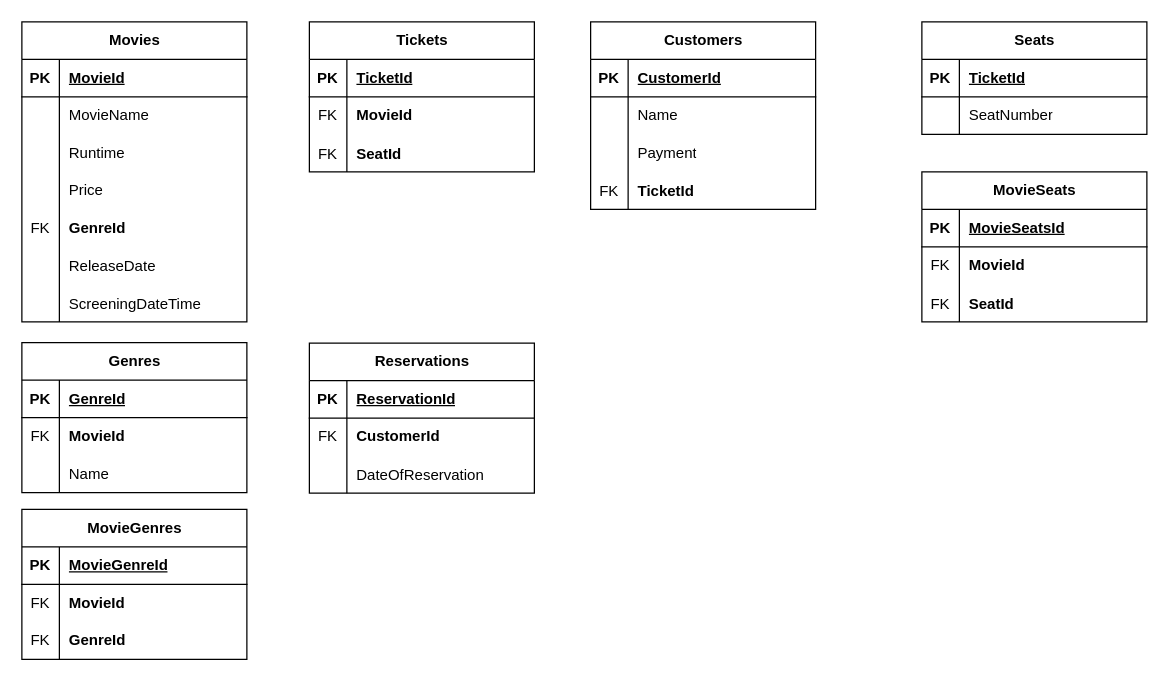
Before: erd/CineWave.drawio in pitzzahh/CineWave, a draw.io diagram. Source tidied: cells renumbered, new cells numbered last; positions are measured from the earlier drawing's top-left corner, leaving out a move shared by most shapes. Both pictures are drawn from the tidied source at 125%, with x=0, y=0 at pixel (21, 21).
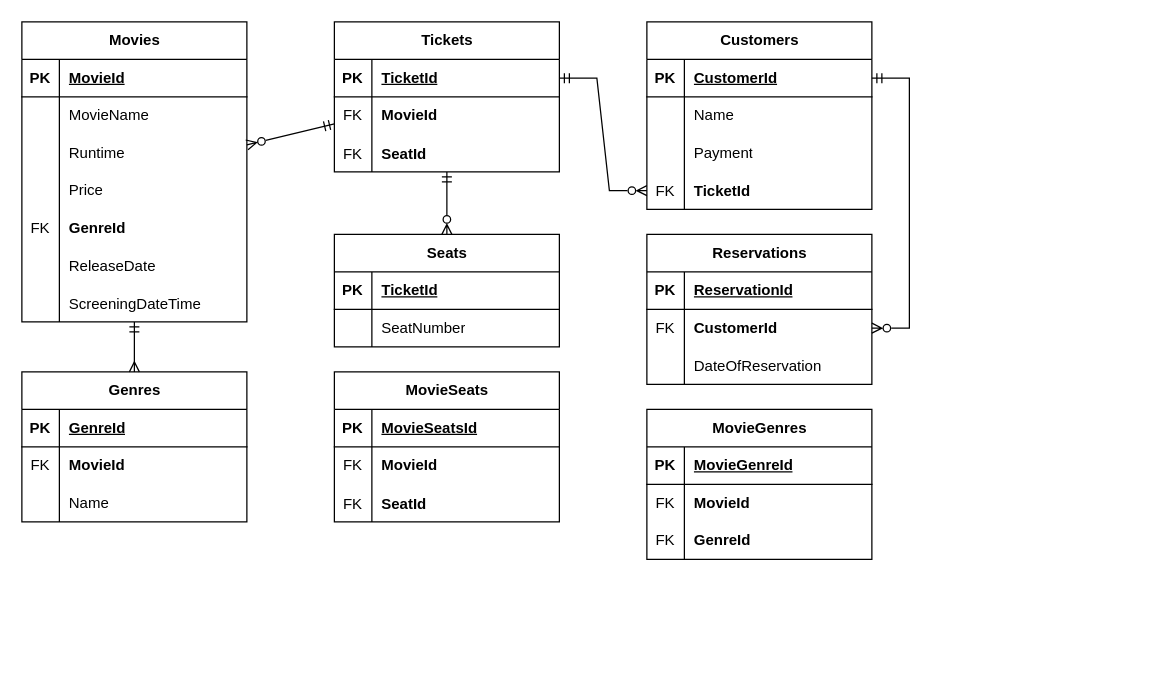
After the change.

The change refers to these unchanged cells:
```xml
<mxCell id="2" value="Movies" style="shape=table;startSize=30;childLayout=tableLayout;rowLines=0;fontStyle=1;align=center;html=1;" parent="1" vertex="1">
  <mxGeometry width="180" height="240" as="geometry" />
</mxCell>
<mxCell id="45" style="shape=tableRow;horizontal=0;startSize=0;swimlaneHead=0;swimlaneBody=0;fillColor=none;points=[[0,0.5],[1,0.5]];portConstraint=eastwest;top=0;left=0;right=0;bottom=1;" parent="44" vertex="1">
  <mxGeometry y="30" width="180" height="30" as="geometry" />
</mxCell>
<mxCell id="75" style="shape=tableRow;horizontal=0;startSize=0;swimlaneHead=0;swimlaneBody=0;fillColor=none;points=[[0,0.5],[1,0.5]];portConstraint=eastwest;top=0;left=0;right=0;bottom=0;" parent="71" vertex="1">
  <mxGeometry y="60" width="180" height="30" as="geometry" />
</mxCell>
<mxCell id="82" style="shape=tableRow;horizontal=0;startSize=0;swimlaneHead=0;swimlaneBody=0;fillColor=none;points=[[0,0.5],[1,0.5]];portConstraint=eastwest;top=0;left=0;right=0;bottom=1;" parent="81" vertex="1">
  <mxGeometry y="30" width="180" height="30" as="geometry" />
</mxCell>
<mxCell id="91" style="shape=tableRow;horizontal=0;startSize=0;swimlaneHead=0;swimlaneBody=0;fillColor=none;points=[[0,0.5],[1,0.5]];portConstraint=eastwest;top=0;left=0;right=0;bottom=0;" parent="81" vertex="1">
  <mxGeometry y="120" width="180" height="30" as="geometry" />
</mxCell>
```

The edit, as a diff of the source:
```diff
@@
     <mxCell id="24" value="Genres" style="shape=table;startSize=30;childLayout=tableLayout;rowLines=0;fontStyle=1;align=center;html=1;" parent="1" vertex="1">
-      <mxGeometry y="256.5" width="180" height="120" as="geometry" />
+      <mxGeometry y="280" width="180" height="120" as="geometry" />
     </mxCell>
@@
     <mxCell id="34" value="MovieGenres" style="shape=table;startSize=30;childLayout=tableLayout;rowLines=0;fontStyle=1;align=center;html=1;" parent="1" vertex="1">
-      <mxGeometry y="390" width="180" height="120" as="geometry" />
+      <mxGeometry x="500" y="310" width="180" height="120" as="geometry" />
     </mxCell>
@@
     <mxCell id="44" value="Tickets" style="shape=table;startSize=30;childLayout=tableLayout;rowLines=0;fontStyle=1;align=center;html=1;" parent="1" vertex="1">
-      <mxGeometry x="230" width="180" height="120" as="geometry" />
+      <mxGeometry x="250" width="180" height="120" as="geometry" />
     </mxCell>
@@
     <mxCell id="54" value="Seats" style="shape=table;startSize=30;childLayout=tableLayout;rowLines=0;fontStyle=1;align=center;html=1;" parent="1" vertex="1">
-      <mxGeometry x="720" width="180" height="90" as="geometry" />
+      <mxGeometry x="250" y="170" width="180" height="90" as="geometry" />
     </mxCell>
@@
     <mxCell id="61" value="MovieSeats" style="shape=table;startSize=30;childLayout=tableLayout;rowLines=0;fontStyle=1;align=center;html=1;" parent="1" vertex="1">
-      <mxGeometry x="720" y="120" width="180" height="120" as="geometry" />
+      <mxGeometry x="250" y="280" width="180" height="120" as="geometry" />
     </mxCell>
@@
     <mxCell id="71" value="Reservations" style="shape=table;startSize=30;childLayout=tableLayout;rowLines=0;fontStyle=1;align=center;html=1;" parent="1" vertex="1">
-      <mxGeometry x="230" y="257" width="180" height="120" as="geometry" />
+      <mxGeometry x="500" y="170" width="180" height="120" as="geometry" />
     </mxCell>
@@
     <mxCell id="81" value="Customers" style="shape=table;startSize=30;childLayout=tableLayout;rowLines=0;fontStyle=1;align=center;html=1;" parent="1" vertex="1">
-      <mxGeometry x="455" width="180" height="150" as="geometry" />
+      <mxGeometry x="500" width="180" height="150" as="geometry" />
     </mxCell>
@@
+    <mxCell id="94" style="edgeStyle=entityRelationEdgeStyle;fontSize=12;html=1;endArrow=ERmandOne;startArrow=ERzeroToMany;rounded=0;entryX=1;entryY=0.5;entryDx=0;entryDy=0;endFill=0;startFill=0;" parent="1" edge="1" source="91" target="45">
+      <mxGeometry relative="1" as="geometry" />
+    </mxCell>
+    <mxCell id="95" style="edgeStyle=entityRelationEdgeStyle;fontSize=12;html=1;endArrow=ERmandOne;startArrow=ERzeroToMany;rounded=0;startFill=0;endFill=0;" parent="1" edge="1" source="75" target="82">
+      <mxGeometry relative="1" as="geometry" />
+    </mxCell>
+    <mxCell id="96" style="endArrow=ERmandOne;html=1;rounded=0;startArrow=ERzeroToMany;startFill=0;endFill=0;" parent="1" edge="1" source="54" target="44">
+      <mxGeometry relative="1" as="geometry" />
+    </mxCell>
+    <mxCell id="97" style="endArrow=ERmandOne;html=1;rounded=0;startArrow=ERzeroToMany;startFill=0;endFill=0;" parent="1" edge="1" source="2" target="44">
+      <mxGeometry relative="1" as="geometry" />
+    </mxCell>
+    <mxCell id="98" style="endArrow=ERmandOne;html=1;rounded=0;endFill=0;startArrow=ERmany;startFill=0;" parent="1" edge="1" source="24" target="2">
+      <mxGeometry relative="1" as="geometry" />
+    </mxCell>
```
